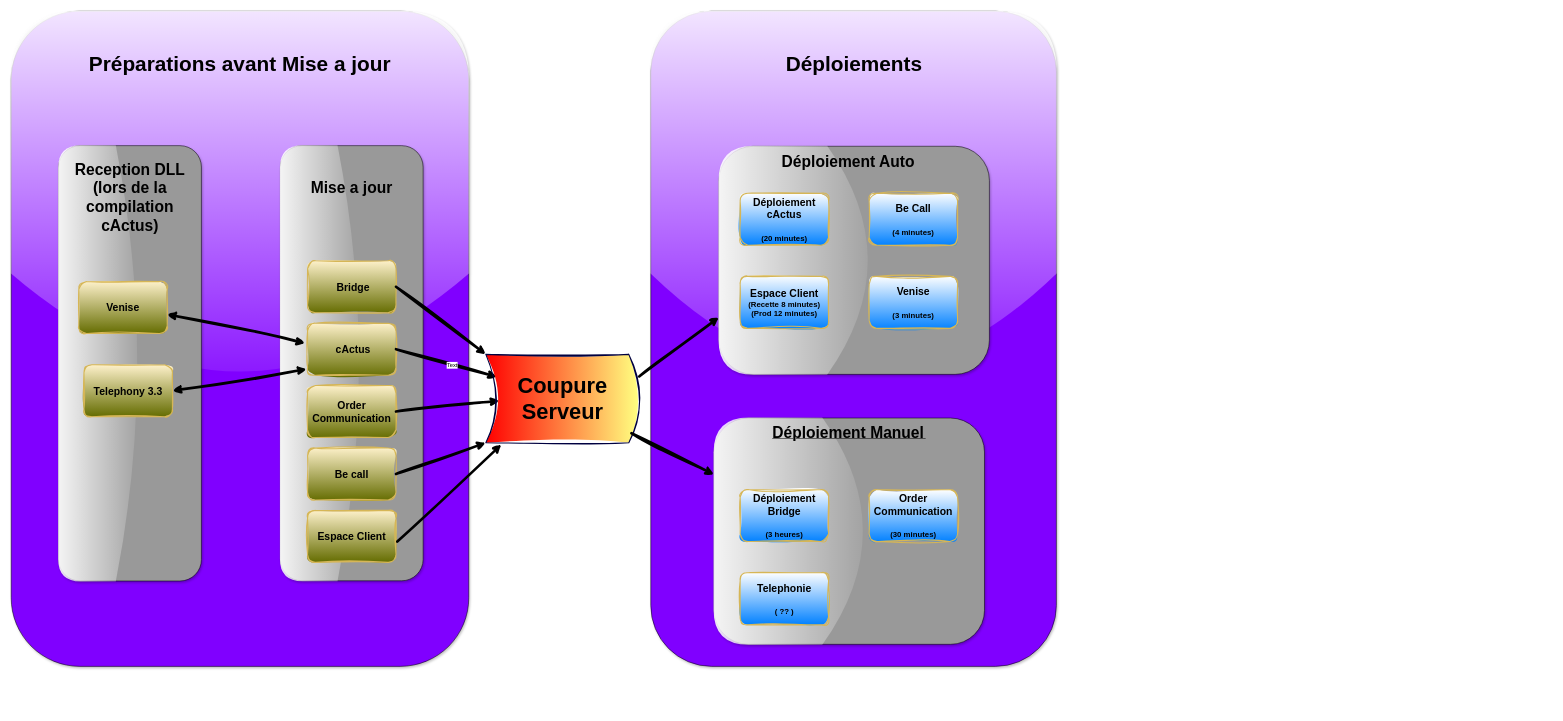
This is Suivi MEP.drawio from MarcSyndrome/Objectif-du-jour-ARC-EF, a draw.io file, before an edit. Source tidied: cells renumbered, new cells numbered last; positions are measured from the earlier drawing's top-left corner, leaving out a move shared by most shapes. Both pictures are drawn from the tidied source at 52%, with x=0, y=0 at pixel (-88, 11).
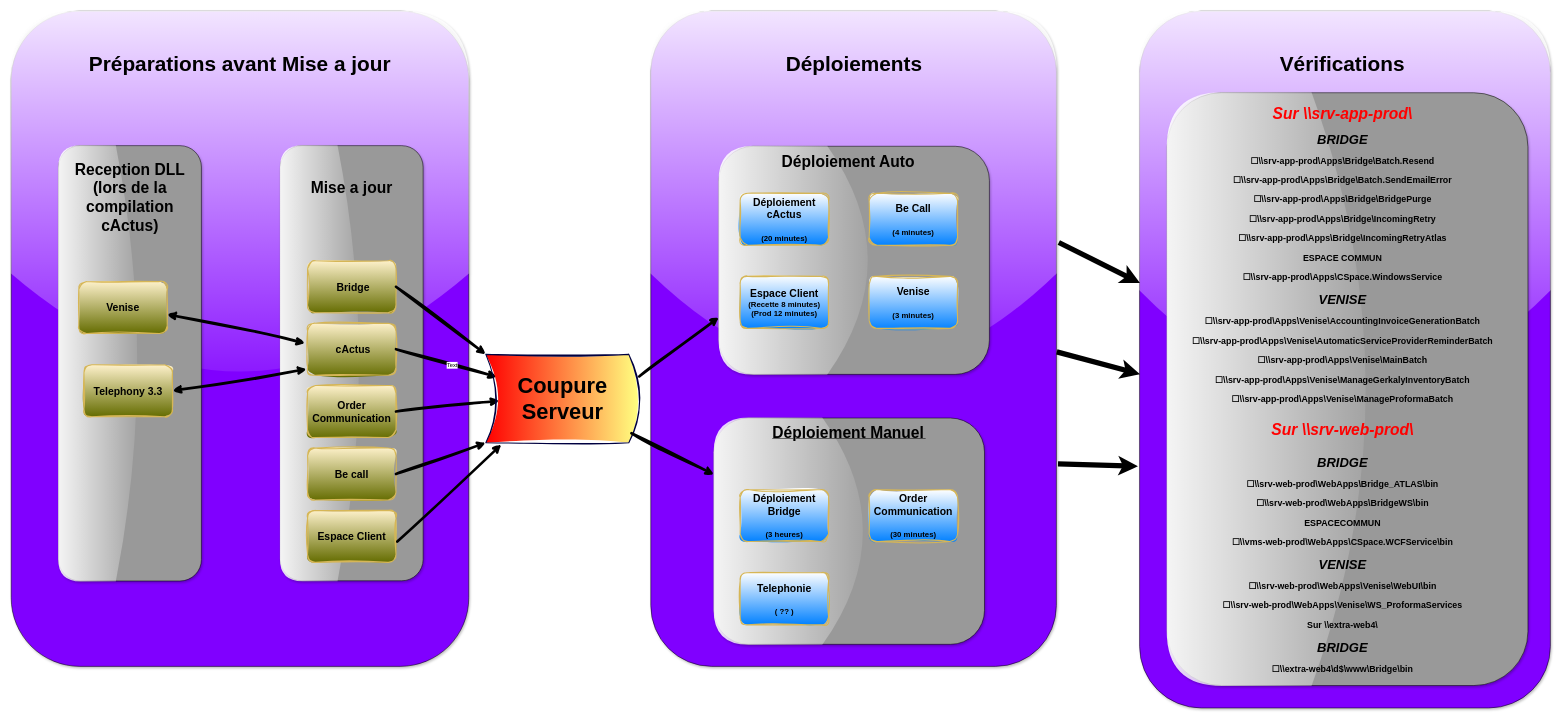
After the change.

Commit message (it also covers changes not shown here):
Mettre à jour Suivi MEP.drawio

The change refers to these unchanged cells:
```xml
<mxCell id="2" style="rounded=1;whiteSpace=wrap;html=1;glass=1;shadow=1;fillColor=#8000ff;fillStyle=auto;" parent="1" vertex="1">
  <mxGeometry x="1420" width="780" height="1260" as="geometry" />
</mxCell>
```

The edit, as a diff of the source:
```diff
@@
+    <mxCell id="40" style="rounded=1;whiteSpace=wrap;html=1;glass=1;shadow=1;fillColor=#8000ff;fillStyle=auto;" parent="1" vertex="1">
+      <mxGeometry x="2360" width="790" height="1340" as="geometry" />
+    </mxCell>
+    <mxCell id="41" value="&lt;div&gt;&lt;b&gt;&lt;font style=&quot;font-size: 40px;&quot;&gt;Vérifications&lt;/font&gt;&lt;/b&gt;&lt;/div&gt;" style="text;html=1;strokeColor=none;fillColor=none;align=center;verticalAlign=middle;whiteSpace=wrap;rounded=0;" parent="1" vertex="1">
+      <mxGeometry x="2400" y="30" width="700" height="140" as="geometry" />
+    </mxCell>
+    <mxCell id="42" style="rounded=1;whiteSpace=wrap;html=1;rotation=-90;fillColor=#999999;shadow=1;glass=1;" parent="1" vertex="1">
+      <mxGeometry x="2190" y="380" width="1140" height="693.7" as="geometry" />
+    </mxCell>
+    <mxCell id="43" value="&lt;p style=&quot;font-size: 17px;&quot;&gt;&lt;font color=&quot;#ff0000&quot;&gt;&lt;i&gt;&lt;font size=&quot;1&quot;&gt;&lt;b&gt;&lt;font style=&quot;font-size: 30px;&quot;&gt;Sur \\srv-app-prod\&lt;/font&gt;&lt;/b&gt;&lt;/font&gt;&lt;/i&gt;&lt;/font&gt;&lt;/p&gt;&lt;p style=&quot;font-size: 17px;&quot;&gt;&lt;font size=&quot;1&quot;&gt;&lt;b&gt;&lt;font&gt;&lt;span style=&quot;font-size: 25px;&quot; lang=&quot;EN-GB&quot;&gt;&lt;i&gt;BRIDGE&lt;/i&gt;&lt;/span&gt;&lt;/font&gt;&lt;/b&gt;&lt;/font&gt;&lt;/p&gt;&lt;p style=&quot;font-size: 17px;&quot;&gt;&lt;font style=&quot;font-size: 17px;&quot;&gt;&lt;b&gt;&lt;font style=&quot;font-size: 17px;&quot;&gt;&lt;span lang=&quot;EN-GB&quot;&gt;&lt;span lang=&quot;FR&quot;&gt;☐&lt;/span&gt;&lt;/span&gt;&lt;a&gt;&lt;span lang=&quot;EN-GB&quot;&gt;\\srv-app-prod\Apps\Bridge\Batch.Resend&lt;/span&gt;&lt;/a&gt;&lt;/font&gt;&lt;/b&gt;&lt;/font&gt;&lt;/p&gt;&lt;p style=&quot;font-size: 17px;&quot;&gt;&lt;font style=&quot;font-size: 17px;&quot;&gt;&lt;b&gt;&lt;font style=&quot;font-size: 17px;&quot;&gt;&lt;span lang=&quot;EN-GB&quot;&gt;&lt;span lang=&quot;FR&quot;&gt;☐&lt;/span&gt;&lt;/span&gt;&lt;a&gt;&lt;span lang=&quot;EN-GB&quot;&gt;\\srv-app-prod\Apps\Bridge\Batch.SendEmailError&lt;/span&gt;&lt;/a&gt;&lt;/font&gt;&lt;/b&gt;&lt;/font&gt;&lt;/p&gt;&lt;p style=&quot;font-size: 17px;&quot;&gt;&lt;font style=&quot;font-size: 17px;&quot;&gt;&lt;b&gt;&lt;font style=&quot;font-size: 17px;&quot;&gt;&lt;span lang=&quot;EN-GB&quot;&gt;&lt;span lang=&quot;FR&quot;&gt;☐&lt;/span&gt;&lt;/span&gt;&lt;a&gt;&lt;span lang=&quot;EN-GB&quot;&gt;\\srv-app-prod\Apps\Bridge\BridgePurge&lt;/span&gt;&lt;/a&gt;&lt;/font&gt;&lt;/b&gt;&lt;/font&gt;&lt;/p&gt;&lt;p style=&quot;font-size: 17px;&quot;&gt;&lt;font style=&quot;font-size: 17px;&quot;&gt;&lt;b&gt;&lt;font style=&quot;font-size: 17px;&quot;&gt;&lt;span lang=&quot;EN-GB&quot;&gt;&lt;span lang=&quot;FR&quot;&gt;☐&lt;/span&gt;&lt;/span&gt;&lt;a&gt;&lt;span lang=&quot;EN-GB&quot;&gt;\\srv-app-prod\Apps\Bridge\IncomingRetry&lt;/span&gt;&lt;/a&gt;&lt;/font&gt;&lt;/b&gt;&lt;/font&gt;&lt;/p&gt;&lt;p style=&quot;font-size: 17px;&quot;&gt;&lt;font style=&quot;font-size: 17px;&quot;&gt;&lt;b&gt;&lt;font style=&quot;font-size: 17px;&quot;&gt;&lt;span lang=&quot;EN-GB&quot;&gt;&lt;span lang=&quot;FR&quot;&gt;☐&lt;/span&gt;&lt;/span&gt;&lt;a&gt;&lt;span lang=&quot;EN-GB&quot;&gt;\\srv-app-prod\Apps\Bridge\IncomingRetryAtlas&lt;/span&gt;&lt;/a&gt;&lt;/font&gt;&lt;/b&gt;&lt;/font&gt;&lt;/p&gt;&lt;p style=&quot;font-size: 17px;&quot;&gt;&lt;font style=&quot;font-size: 17px;&quot;&gt;&lt;b&gt;&lt;font style=&quot;font-size: 17px;&quot;&gt;&lt;span lang=&quot;EN-GB&quot;&gt;ESPACE COMMUN&lt;/span&gt;&lt;/font&gt;&lt;/b&gt;&lt;/font&gt;&lt;/p&gt;&lt;p style=&quot;font-size: 17px;&quot;&gt;&lt;font style=&quot;font-size: 17px;&quot;&gt;&lt;b&gt;&lt;font style=&quot;font-size: 17px;&quot;&gt;&lt;span lang=&quot;EN-GB&quot;&gt;&lt;span lang=&quot;FR&quot;&gt;☐&lt;/span&gt;&lt;/span&gt;&lt;a&gt;&lt;span lang=&quot;EN-GB&quot;&gt;\\srv-app-prod\Apps\CSpace.WindowsService&lt;/span&gt;&lt;/a&gt;&lt;/font&gt;&lt;/b&gt;&lt;/font&gt;&lt;/p&gt;&lt;p style=&quot;font-size: 17px;&quot;&gt;&lt;font size=&quot;1&quot;&gt;&lt;b&gt;&lt;font&gt;&lt;span style=&quot;font-size: 25px;&quot; lang=&quot;EN-GB&quot;&gt;&lt;i&gt;VENISE&lt;/i&gt;&lt;/span&gt;&lt;/font&gt;&lt;/b&gt;&lt;/font&gt;&lt;/p&gt;&lt;p style=&quot;font-size: 17px;&quot;&gt;&lt;font style=&quot;font-size: 17px;&quot;&gt;&lt;b&gt;&lt;font style=&quot;font-size: 17px;&quot;&gt;&lt;span lang=&quot;EN-GB&quot;&gt;&lt;span lang=&quot;FR&quot;&gt;☐&lt;/span&gt;&lt;/span&gt;&lt;a&gt;&lt;span lang=&quot;EN-GB&quot;&gt;\\srv-app-prod\Apps\Venise\AccountingInvoiceGenerationBatch&lt;/span&gt;&lt;/a&gt;&lt;/font&gt;&lt;/b&gt;&lt;/font&gt;&lt;/p&gt;&lt;p style=&quot;font-size: 17px;&quot;&gt;&lt;font style=&quot;font-size: 17px;&quot;&gt;&lt;b&gt;&lt;font style=&quot;font-size: 17px;&quot;&gt;&lt;span lang=&quot;EN-GB&quot;&gt;&lt;span lang=&quot;FR&quot;&gt;☐&lt;/span&gt;&lt;/span&gt;&lt;a&gt;&lt;span lang=&quot;EN-GB&quot;&gt;\\srv-app-prod\Apps\Venise\AutomaticServiceProviderReminderBatch&lt;/span&gt;&lt;/a&gt;&lt;/font&gt;&lt;/b&gt;&lt;/font&gt;&lt;/p&gt;&lt;p style=&quot;font-size: 17px;&quot;&gt;&lt;font style=&quot;font-size: 17px;&quot;&gt;&lt;b&gt;&lt;font style=&quot;font-size: 17px;&quot;&gt;&lt;span lang=&quot;EN-GB&quot;&gt;&lt;span lang=&quot;FR&quot;&gt;☐&lt;/span&gt;&lt;/span&gt;&lt;a&gt;&lt;span lang=&quot;EN-GB&quot;&gt;\\srv-app-prod\Apps\Venise\MainBatch&lt;/span&gt;&lt;/a&gt;&lt;/font&gt;&lt;/b&gt;&lt;/font&gt;&lt;/p&gt;&lt;p style=&quot;font-size: 17px;&quot;&gt;&lt;font style=&quot;font-size: 17px;&quot;&gt;&lt;b&gt;&lt;font style=&quot;font-size: 17px;&quot;&gt;&lt;span lang=&quot;EN-GB&quot;&gt;&lt;span lang=&quot;FR&quot;&gt;☐&lt;/span&gt;&lt;/span&gt;&lt;a&gt;&lt;span lang=&quot;EN-GB&quot;&gt;\\srv-app-prod\Apps\Venise\ManageGerkalyInventoryBatch&lt;/span&gt;&lt;/a&gt;&lt;/font&gt;&lt;/b&gt;&lt;/font&gt;&lt;/p&gt;&lt;p style=&quot;font-size: 17px;&quot;&gt;&lt;font style=&quot;font-size: 17px;&quot;&gt;&lt;b&gt;&lt;font style=&quot;font-size: 17px;&quot;&gt;&lt;span lang=&quot;EN-GB&quot;&gt;&lt;span lang=&quot;FR&quot;&gt;☐&lt;/span&gt;&lt;/span&gt;&lt;a&gt;&lt;span lang=&quot;EN-GB&quot;&gt;\\srv-app-prod\Apps\Venise\ManageProformaBatch&lt;/span&gt;&lt;/a&gt;&lt;/font&gt;&lt;/b&gt;&lt;/font&gt;&lt;/p&gt;&lt;p style=&quot;font-size: 30px;&quot;&gt;&lt;font color=&quot;#ff0000&quot;&gt;&lt;i&gt;&lt;font style=&quot;font-size: 30px;&quot;&gt;&lt;b&gt;&lt;font style=&quot;font-size: 30px;&quot;&gt;&lt;span lang=&quot;EN-GB&quot;&gt;Sur \\srv-web-prod\&lt;/span&gt;&lt;/font&gt;&lt;/b&gt;&lt;/font&gt;&lt;/i&gt;&lt;/font&gt;&lt;/p&gt;&lt;p style=&quot;font-size: 17px;&quot;&gt;&lt;font size=&quot;1&quot;&gt;&lt;b&gt;&lt;font&gt;&lt;span style=&quot;font-size: 25px;&quot; lang=&quot;EN-GB&quot;&gt;&lt;i&gt;BRIDGE&lt;/i&gt;&lt;/span&gt;&lt;/font&gt;&lt;/b&gt;&lt;/font&gt;&lt;/p&gt;&lt;p style=&quot;font-size: 17px;&quot;&gt;&lt;font style=&quot;font-size: 17px;&quot;&gt;&lt;b&gt;&lt;font style=&quot;font-size: 17px;&quot;&gt;&lt;span lang=&quot;EN-GB&quot;&gt;&lt;span lang=&quot;FR&quot;&gt;☐&lt;/span&gt;&lt;/span&gt;&lt;a&gt;&lt;span lang=&quot;EN-GB&quot;&gt;\\srv-web-prod\WebApps\Bridge_ATLAS\bin&lt;/span&gt;&lt;/a&gt;&lt;/font&gt;&lt;/b&gt;&lt;/font&gt;&lt;/p&gt;&lt;p style=&quot;font-size: 17px;&quot;&gt;&lt;font style=&quot;font-size: 17px;&quot;&gt;&lt;b&gt;&lt;font style=&quot;font-size: 17px;&quot;&gt;&lt;span lang=&quot;EN-GB&quot;&gt;&lt;span lang=&quot;FR&quot;&gt;☐&lt;/span&gt;&lt;/span&gt;&lt;a&gt;&lt;span lang=&quot;EN-GB&quot;&gt;\\srv-web-prod\WebApps\BridgeWS\bin&lt;/span&gt;&lt;/a&gt;&lt;/font&gt;&lt;/b&gt;&lt;/font&gt;&lt;/p&gt;&lt;p style=&quot;font-size: 17px;&quot;&gt;&lt;font style=&quot;font-size: 17px;&quot;&gt;&lt;b&gt;&lt;font style=&quot;font-size: 17px;&quot;&gt;&lt;span lang=&quot;EN-GB&quot;&gt;ESPACECOMMUN&lt;/span&gt;&lt;/font&gt;&lt;/b&gt;&lt;/font&gt;&lt;/p&gt;&lt;p style=&quot;font-size: 17px;&quot;&gt;&lt;font style=&quot;font-size: 17px;&quot;&gt;&lt;b&gt;&lt;font style=&quot;font-size: 17px;&quot;&gt;&lt;span lang=&quot;EN-GB&quot;&gt;&lt;span lang=&quot;FR&quot;&gt;☐&lt;/span&gt;&lt;/span&gt;&lt;a&gt;&lt;span lang=&quot;EN-GB&quot;&gt;\\vms-web-prod\WebApps\CSpace.WCFService\bin&lt;/span&gt;&lt;/a&gt;&lt;/font&gt;&lt;/b&gt;&lt;/font&gt;&lt;/p&gt;&lt;p style=&quot;font-size: 17px;&quot;&gt;&lt;font size=&quot;1&quot;&gt;&lt;b&gt;&lt;font&gt;&lt;span style=&quot;font-size: 25px;&quot; lang=&quot;EN-GB&quot;&gt;&lt;i&gt;VENISE&lt;/i&gt;&lt;/span&gt;&lt;/font&gt;&lt;/b&gt;&lt;/font&gt;&lt;/p&gt;&lt;p style=&quot;font-size: 17px;&quot;&gt;&lt;font style=&quot;font-size: 17px;&quot;&gt;&lt;b&gt;&lt;font style=&quot;font-size: 17px;&quot;&gt;&lt;span lang=&quot;EN-GB&quot;&gt;&lt;span lang=&quot;FR&quot;&gt;☐&lt;/span&gt;&lt;/span&gt;&lt;a&gt;&lt;span lang=&quot;EN-GB&quot;&gt;\\srv-web-prod\WebApps\Venise\WebUI\bin&lt;/span&gt;&lt;/a&gt;&lt;/font&gt;&lt;/b&gt;&lt;/font&gt;&lt;/p&gt;&lt;p style=&quot;font-size: 17px;&quot;&gt;&lt;font style=&quot;font-size: 17px;&quot;&gt;&lt;b&gt;&lt;font style=&quot;font-size: 17px;&quot;&gt;&lt;span lang=&quot;EN-GB&quot;&gt;&lt;span lang=&quot;FR&quot;&gt;☐&lt;/span&gt;&lt;/span&gt;&lt;a&gt;&lt;span lang=&quot;EN-GB&quot;&gt;\\srv-web-prod\WebApps\Venise\WS_ProformaServices&lt;/span&gt;&lt;/a&gt;&lt;/font&gt;&lt;/b&gt;&lt;/font&gt;&lt;/p&gt;&lt;p style=&quot;font-size: 17px;&quot;&gt;&lt;font style=&quot;font-size: 17px;&quot;&gt;&lt;b&gt;&lt;font style=&quot;font-size: 17px;&quot;&gt;&lt;span lang=&quot;EN-GB&quot;&gt;Sur \\extra-web4\&lt;/span&gt;&lt;/font&gt;&lt;/b&gt;&lt;/font&gt;&lt;/p&gt;&lt;p style=&quot;font-size: 17px;&quot;&gt;&lt;font size=&quot;1&quot;&gt;&lt;b&gt;&lt;font&gt;&lt;span lang=&quot;EN-GB&quot;&gt;&lt;i style=&quot;font-size: 25px;&quot;&gt;BRIDGE&lt;/i&gt;&lt;/span&gt;&lt;/font&gt;&lt;/b&gt;&lt;/font&gt;&lt;/p&gt;&lt;p style=&quot;font-size: 17px;&quot;&gt;&lt;font style=&quot;font-size: 17px;&quot;&gt;&lt;b&gt;&lt;font style=&quot;font-size: 17px;&quot;&gt;&lt;span lang=&quot;EN-GB&quot;&gt;&lt;span lang=&quot;FR&quot;&gt;☐&lt;/span&gt;&lt;/span&gt;&lt;a&gt;&lt;span lang=&quot;EN-GB&quot;&gt;\\extra-web4\d$\www\Bridge\bin&lt;/span&gt;&lt;/a&gt;&lt;/font&gt;&lt;/b&gt;&lt;/font&gt;&lt;/p&gt;" style="text;html=1;strokeColor=none;fillColor=none;align=center;verticalAlign=middle;whiteSpace=wrap;rounded=0;" parent="1" vertex="1">
+      <mxGeometry x="2442.5" y="306.9" width="615" height="840" as="geometry" />
+    </mxCell>
+    <mxCell id="44" style="endArrow=classic;html=1;rounded=0;strokeWidth=10;entryX=0.001;entryY=0.521;entryDx=0;entryDy=0;entryPerimeter=0;exitX=1.001;exitY=0.52;exitDx=0;exitDy=0;exitPerimeter=0;" parent="1" edge="1" source="2" target="40">
+      <mxGeometry relative="1" as="geometry" />
+    </mxCell>
+    <mxCell id="45" style="endArrow=classic;html=1;rounded=0;strokeWidth=10;exitX=1.004;exitY=0.691;exitDx=0;exitDy=0;entryX=-0.004;entryY=0.653;entryDx=0;entryDy=0;entryPerimeter=0;exitPerimeter=0;" parent="1" edge="1" source="2" target="40">
+      <mxGeometry relative="1" as="geometry" />
+    </mxCell>
+    <mxCell id="46" style="endArrow=classic;html=1;rounded=0;strokeWidth=10;entryX=0.001;entryY=0.39;entryDx=0;entryDy=0;entryPerimeter=0;exitX=1.006;exitY=0.353;exitDx=0;exitDy=0;exitPerimeter=0;" parent="1" edge="1" source="2" target="40">
+      <mxGeometry relative="1" as="geometry" />
+    </mxCell>
```
